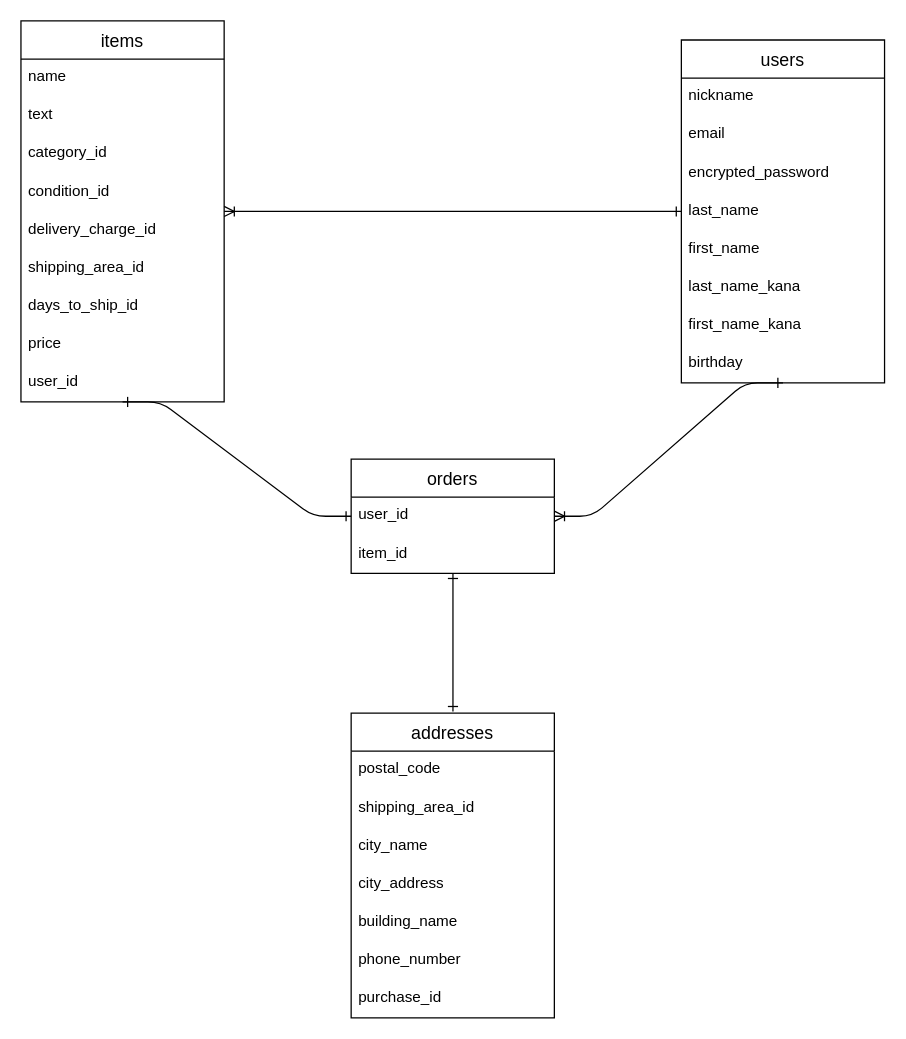
Earlier version of the draw.io diagram DB設計_ER図.dio (cony-k-m90/furima-32879). Source tidied: cells renumbered, new cells numbered last; positions are measured from the earlier drawing's top-left corner, leaving out a move shared by most shapes. Both pictures are drawn from the tidied source at 127%, with x=0, y=0 at pixel (20, 20).
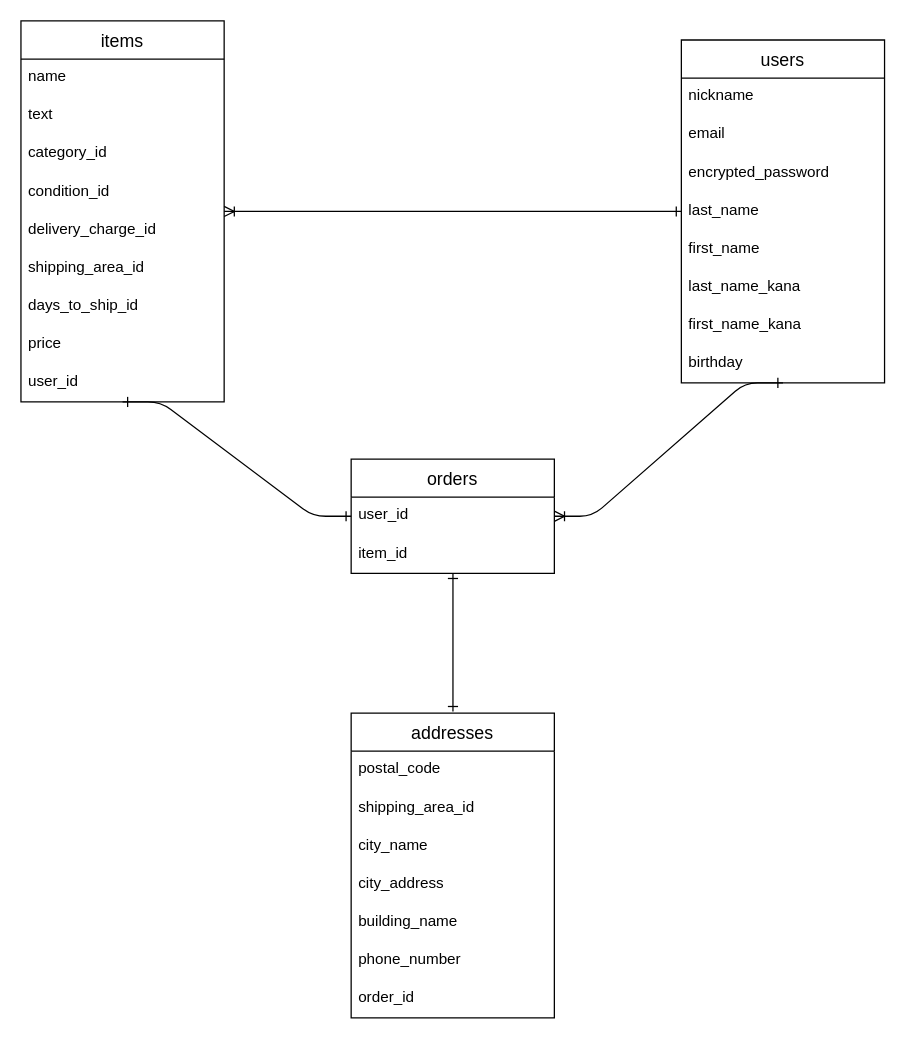
Above is the later version.

The change refers to these unchanged cells:
```xml
<mxCell id="24" value="addresses" style="swimlane;fontStyle=0;horizontal=1;startSize=30;align=center;fontSize=14;" parent="1" vertex="1">
  <mxGeometry x="260" y="545" width="160" height="240" as="geometry" />
</mxCell>
```

What changed in the source:
```diff
@@
-    <mxCell id="31" value="purchase_id" style="text;strokeColor=none;fillColor=none;spacingLeft=4;spacingRight=4;overflow=hidden;fontSize=12;" parent="24" vertex="1">
+    <mxCell id="31" value="order_id" style="text;strokeColor=none;fillColor=none;spacingLeft=4;spacingRight=4;overflow=hidden;fontSize=12;" parent="24" vertex="1">
       <mxGeometry y="210" width="160" height="30" as="geometry" />
     </mxCell>
```
